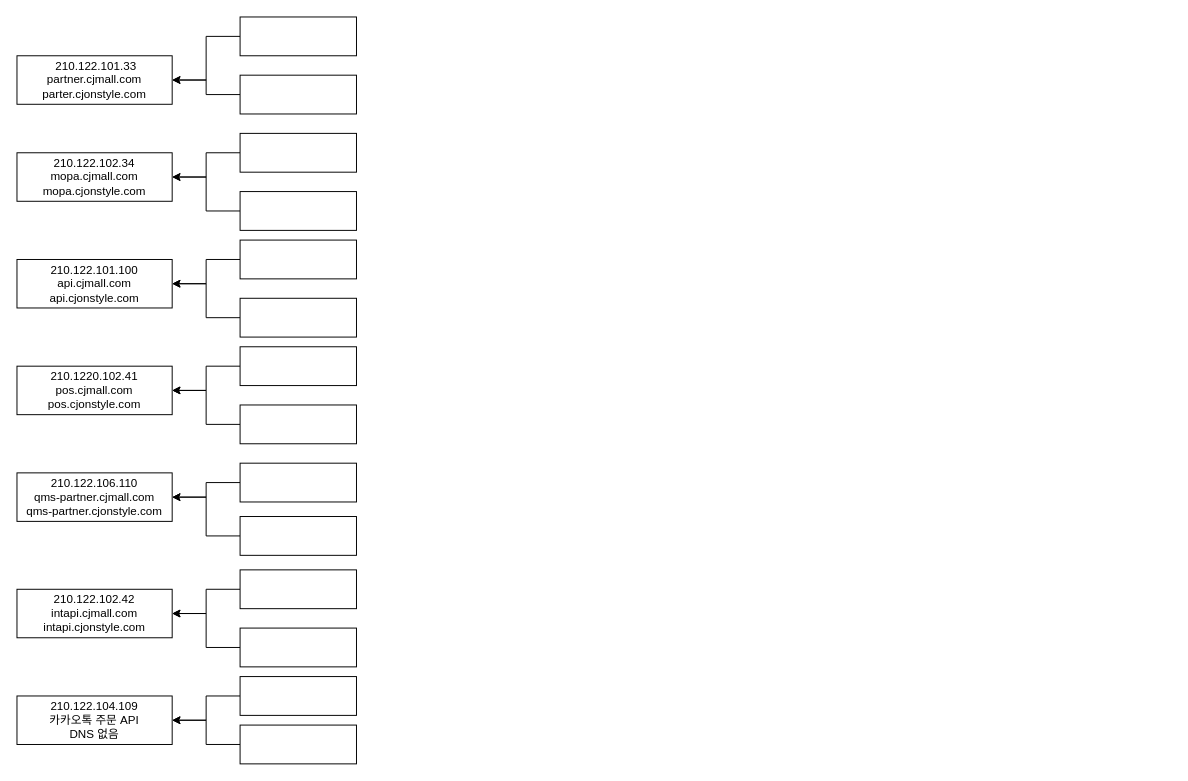
Before: Untitled Diagram.drawio in SeongminJeong/draw, a draw.io diagram. Source tidied: cells renumbered, new cells numbered last; positions are measured from the earlier drawing's top-left corner, leaving out a move shared by most shapes. Both pictures are drawn from the tidied source at 97%, with x=0, y=0 at pixel (16, 16).
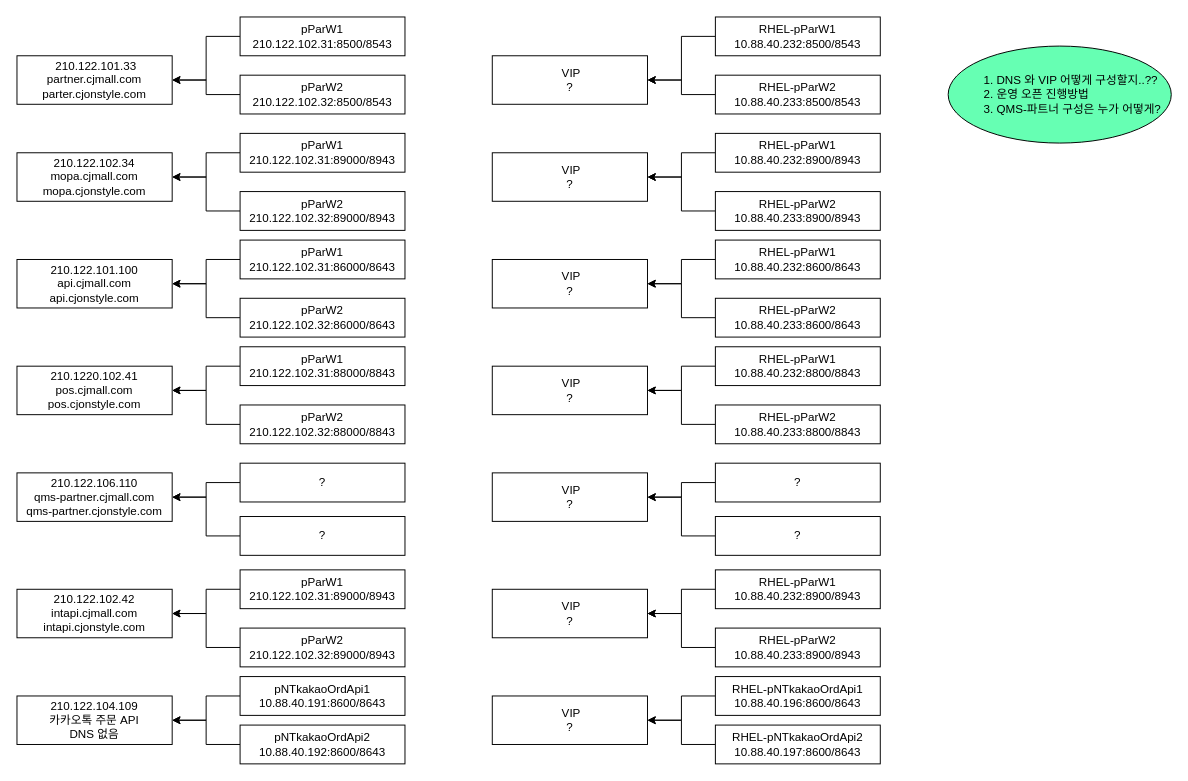
The same page after the edit.

What changed in the source:
```diff
@@
-    <mxCell id="10" style="rounded=0;whiteSpace=wrap;html=1;" parent="1" vertex="1">
-      <mxGeometry x="230" width="120" height="40" as="geometry" />
+    <mxCell id="10" value="pParW1&lt;br&gt;210.122.102.31:8500/8543" style="rounded=0;whiteSpace=wrap;html=1;" parent="1" vertex="1">
+      <mxGeometry x="230" width="170" height="40" as="geometry" />
     </mxCell>
@@
-    <mxCell id="12" style="rounded=0;whiteSpace=wrap;html=1;" parent="1" vertex="1">
-      <mxGeometry x="230" y="60" width="120" height="40" as="geometry" />
+    <mxCell id="12" value="pParW2&lt;br&gt;210.122.102.32:8500/8543" style="rounded=0;whiteSpace=wrap;html=1;" parent="1" vertex="1">
+      <mxGeometry x="230" y="60" width="170" height="40" as="geometry" />
     </mxCell>
@@
-    <mxCell id="14" style="rounded=0;whiteSpace=wrap;html=1;" parent="1" vertex="1">
-      <mxGeometry x="230" y="120" width="120" height="40" as="geometry" />
+    <mxCell id="14" value="pParW1&lt;br&gt;210.122.102.31:89000/8943" style="rounded=0;whiteSpace=wrap;html=1;" parent="1" vertex="1">
+      <mxGeometry x="230" y="120" width="170" height="40" as="geometry" />
     </mxCell>
@@
-    <mxCell id="16" style="rounded=0;whiteSpace=wrap;html=1;" parent="1" vertex="1">
-      <mxGeometry x="230" y="180" width="120" height="40" as="geometry" />
+    <mxCell id="16" value="&lt;span&gt;pParW2&lt;br&gt;210.122.102.32:89000/8943&lt;/span&gt;" style="rounded=0;whiteSpace=wrap;html=1;" parent="1" vertex="1">
+      <mxGeometry x="230" y="180" width="170" height="40" as="geometry" />
     </mxCell>
@@
-    <mxCell id="18" style="rounded=0;whiteSpace=wrap;html=1;" parent="1" vertex="1">
-      <mxGeometry x="230" y="230" width="120" height="40" as="geometry" />
+    <mxCell id="18" value="&lt;span&gt;pParW1&lt;br&gt;210.122.102.31:86000/8643&lt;/span&gt;" style="rounded=0;whiteSpace=wrap;html=1;" parent="1" vertex="1">
+      <mxGeometry x="230" y="230" width="170" height="40" as="geometry" />
     </mxCell>
@@
-    <mxCell id="20" style="rounded=0;whiteSpace=wrap;html=1;" parent="1" vertex="1">
-      <mxGeometry x="230" y="290" width="120" height="40" as="geometry" />
+    <mxCell id="20" value="&lt;span&gt;pParW2&lt;br&gt;210.122.102.32:86000/8643&lt;/span&gt;" style="rounded=0;whiteSpace=wrap;html=1;" parent="1" vertex="1">
+      <mxGeometry x="230" y="290" width="170" height="40" as="geometry" />
     </mxCell>
@@
-    <mxCell id="22" style="rounded=0;whiteSpace=wrap;html=1;" parent="1" vertex="1">
-      <mxGeometry x="230" y="340" width="120" height="40" as="geometry" />
+    <mxCell id="22" value="&lt;span&gt;pParW1&lt;br&gt;210.122.102.31:88000/8843&lt;/span&gt;" style="rounded=0;whiteSpace=wrap;html=1;" parent="1" vertex="1">
+      <mxGeometry x="230" y="340" width="170" height="40" as="geometry" />
     </mxCell>
@@
-    <mxCell id="24" style="rounded=0;whiteSpace=wrap;html=1;" parent="1" vertex="1">
-      <mxGeometry x="230" y="400" width="120" height="40" as="geometry" />
+    <mxCell id="24" value="&lt;span&gt;pParW2&lt;br&gt;210.122.102.32:88000/8843&lt;/span&gt;" style="rounded=0;whiteSpace=wrap;html=1;" parent="1" vertex="1">
+      <mxGeometry x="230" y="400" width="170" height="40" as="geometry" />
     </mxCell>
@@
-    <mxCell id="26" style="rounded=0;whiteSpace=wrap;html=1;" parent="1" vertex="1">
-      <mxGeometry x="230" y="570" width="120" height="40" as="geometry" />
+    <mxCell id="26" value="&lt;span&gt;pParW1&lt;br&gt;210.122.102.31:89000/8943&lt;/span&gt;" style="rounded=0;whiteSpace=wrap;html=1;" parent="1" vertex="1">
+      <mxGeometry x="230" y="570" width="170" height="40" as="geometry" />
     </mxCell>
@@
-    <mxCell id="28" style="rounded=0;whiteSpace=wrap;html=1;" parent="1" vertex="1">
-      <mxGeometry x="230" y="515" width="120" height="40" as="geometry" />
+    <mxCell id="28" value="&lt;span&gt;?&lt;/span&gt;" style="rounded=0;whiteSpace=wrap;html=1;" parent="1" vertex="1">
+      <mxGeometry x="230" y="515" width="170" height="40" as="geometry" />
     </mxCell>
@@
-    <mxCell id="30" style="rounded=0;whiteSpace=wrap;html=1;" parent="1" vertex="1">
-      <mxGeometry x="230" y="460" width="120" height="40" as="geometry" />
+    <mxCell id="30" value="&lt;span&gt;?&lt;/span&gt;" style="rounded=0;whiteSpace=wrap;html=1;" parent="1" vertex="1">
+      <mxGeometry x="230" y="460" width="170" height="40" as="geometry" />
     </mxCell>
@@
-    <mxCell id="32" style="rounded=0;whiteSpace=wrap;html=1;" parent="1" vertex="1">
-      <mxGeometry x="230" y="630" width="120" height="40" as="geometry" />
+    <mxCell id="32" value="&lt;span&gt;pParW2&lt;br&gt;210.122.102.32:89000/8943&lt;/span&gt;" style="rounded=0;whiteSpace=wrap;html=1;" parent="1" vertex="1">
+      <mxGeometry x="230" y="630" width="170" height="40" as="geometry" />
     </mxCell>
@@
-    <mxCell id="34" style="rounded=0;whiteSpace=wrap;html=1;" parent="1" vertex="1">
-      <mxGeometry x="230" y="680" width="120" height="40" as="geometry" />
+    <mxCell id="34" value="pNTkakaoOrdApi1&lt;br&gt;10.88.40.191:8600/8643" style="rounded=0;whiteSpace=wrap;html=1;" parent="1" vertex="1">
+      <mxGeometry x="230" y="680" width="170" height="40" as="geometry" />
     </mxCell>
@@
-    <mxCell id="36" style="rounded=0;whiteSpace=wrap;html=1;" parent="1" vertex="1">
-      <mxGeometry x="230" y="730" width="120" height="40" as="geometry" />
+    <mxCell id="36" value="&lt;span&gt;pNTkakaoOrdApi2&lt;br&gt;10.88.40.192:8600/8643&lt;/span&gt;" style="rounded=0;whiteSpace=wrap;html=1;" parent="1" vertex="1">
+      <mxGeometry x="230" y="730" width="170" height="40" as="geometry" />
     </mxCell>
+    <mxCell id="37" value="&amp;nbsp;VIP&lt;br&gt;?" style="rounded=0;whiteSpace=wrap;html=1;" parent="1" vertex="1">
+      <mxGeometry x="490" y="40" width="160" height="50" as="geometry" />
+    </mxCell>
+    <mxCell id="38" value="&amp;nbsp;VIP&lt;br&gt;?" style="rounded=0;whiteSpace=wrap;html=1;" parent="1" vertex="1">
+      <mxGeometry x="490" y="140" width="160" height="50" as="geometry" />
+    </mxCell>
+    <mxCell id="39" value="&amp;nbsp;VIP&lt;br&gt;?" style="rounded=0;whiteSpace=wrap;html=1;" parent="1" vertex="1">
+      <mxGeometry x="490" y="250" width="160" height="50" as="geometry" />
+    </mxCell>
+    <mxCell id="40" value="&amp;nbsp;VIP&lt;br&gt;?" style="rounded=0;whiteSpace=wrap;html=1;" parent="1" vertex="1">
+      <mxGeometry x="490" y="360" width="160" height="50" as="geometry" />
+    </mxCell>
+    <mxCell id="41" value="&amp;nbsp;VIP&lt;br&gt;?" style="rounded=0;whiteSpace=wrap;html=1;" parent="1" vertex="1">
+      <mxGeometry x="490" y="470" width="160" height="50" as="geometry" />
+    </mxCell>
+    <mxCell id="42" value="&amp;nbsp;VIP&lt;br&gt;?" style="rounded=0;whiteSpace=wrap;html=1;" parent="1" vertex="1">
+      <mxGeometry x="490" y="590" width="160" height="50" as="geometry" />
+    </mxCell>
+    <mxCell id="43" value="&amp;nbsp;VIP&lt;br&gt;?" style="rounded=0;whiteSpace=wrap;html=1;" parent="1" vertex="1">
+      <mxGeometry x="490" y="700" width="160" height="50" as="geometry" />
+    </mxCell>
+    <mxCell id="44" style="edgeStyle=orthogonalEdgeStyle;rounded=0;jettySize=auto;html=1;" parent="1" edge="1" source="45" target="37">
+      <mxGeometry relative="1" as="geometry" />
+    </mxCell>
+    <mxCell id="45" value="RHEL-pParW1&lt;br&gt;10.88.40.232:8500/8543" style="rounded=0;whiteSpace=wrap;html=1;" parent="1" vertex="1">
+      <mxGeometry x="720" width="170" height="40" as="geometry" />
+    </mxCell>
+    <mxCell id="46" style="edgeStyle=orthogonalEdgeStyle;rounded=0;jettySize=auto;html=1;entryX=1;entryY=0.5;entryDx=0;entryDy=0;" parent="1" edge="1" source="47" target="37">
+      <mxGeometry relative="1" as="geometry" />
+    </mxCell>
+    <mxCell id="47" value="RHEL-pParW2&lt;br&gt;10.88.40.233:8500/8543" style="rounded=0;whiteSpace=wrap;html=1;" parent="1" vertex="1">
+      <mxGeometry x="720" y="60" width="170" height="40" as="geometry" />
+    </mxCell>
+    <mxCell id="48" style="edgeStyle=orthogonalEdgeStyle;rounded=0;jettySize=auto;html=1;" parent="1" edge="1" source="49" target="38">
+      <mxGeometry relative="1" as="geometry" />
+    </mxCell>
+    <mxCell id="49" value="RHEL-pParW1&lt;br&gt;10.88.40.232:8900/8943" style="rounded=0;whiteSpace=wrap;html=1;" parent="1" vertex="1">
+      <mxGeometry x="720" y="120" width="170" height="40" as="geometry" />
+    </mxCell>
+    <mxCell id="50" style="edgeStyle=orthogonalEdgeStyle;rounded=0;jettySize=auto;html=1;entryX=1;entryY=0.5;entryDx=0;entryDy=0;" parent="1" edge="1" source="51" target="38">
+      <mxGeometry relative="1" as="geometry" />
+    </mxCell>
+    <mxCell id="51" value="RHEL-pParW2&lt;br&gt;10.88.40.233:8900/8943" style="rounded=0;whiteSpace=wrap;html=1;" parent="1" vertex="1">
+      <mxGeometry x="720" y="180" width="170" height="40" as="geometry" />
+    </mxCell>
+    <mxCell id="52" style="edgeStyle=orthogonalEdgeStyle;rounded=0;jettySize=auto;html=1;" parent="1" edge="1" source="53" target="39">
+      <mxGeometry relative="1" as="geometry" />
+    </mxCell>
+    <mxCell id="53" value="RHEL-pParW1&lt;br&gt;10.88.40.232:8600/8643" style="rounded=0;whiteSpace=wrap;html=1;" parent="1" vertex="1">
+      <mxGeometry x="720" y="230" width="170" height="40" as="geometry" />
+    </mxCell>
+    <mxCell id="54" style="edgeStyle=orthogonalEdgeStyle;rounded=0;jettySize=auto;html=1;" parent="1" edge="1" source="55" target="39">
+      <mxGeometry relative="1" as="geometry" />
+    </mxCell>
+    <mxCell id="55" value="RHEL-pParW2&lt;br&gt;10.88.40.233:8600/8643" style="rounded=0;whiteSpace=wrap;html=1;" parent="1" vertex="1">
+      <mxGeometry x="720" y="290" width="170" height="40" as="geometry" />
+    </mxCell>
+    <mxCell id="56" style="edgeStyle=orthogonalEdgeStyle;rounded=0;jettySize=auto;html=1;" parent="1" edge="1" source="57" target="40">
+      <mxGeometry relative="1" as="geometry" />
+    </mxCell>
+    <mxCell id="57" value="RHEL-pParW1&lt;br&gt;10.88.40.232:8800/8843" style="rounded=0;whiteSpace=wrap;html=1;" parent="1" vertex="1">
+      <mxGeometry x="720" y="340" width="170" height="40" as="geometry" />
+    </mxCell>
+    <mxCell id="58" style="edgeStyle=orthogonalEdgeStyle;rounded=0;jettySize=auto;html=1;" parent="1" edge="1" source="59" target="40">
+      <mxGeometry relative="1" as="geometry" />
+    </mxCell>
+    <mxCell id="59" value="RHEL-pParW2&lt;br&gt;10.88.40.233:8800/8843" style="rounded=0;whiteSpace=wrap;html=1;" parent="1" vertex="1">
+      <mxGeometry x="720" y="400" width="170" height="40" as="geometry" />
+    </mxCell>
+    <mxCell id="60" style="edgeStyle=orthogonalEdgeStyle;rounded=0;jettySize=auto;html=1;" parent="1" edge="1" source="61" target="42">
+      <mxGeometry relative="1" as="geometry" />
+    </mxCell>
+    <mxCell id="61" value="RHEL-pParW1&lt;br&gt;10.88.40.232:8900/8943" style="rounded=0;whiteSpace=wrap;html=1;" parent="1" vertex="1">
+      <mxGeometry x="720" y="570" width="170" height="40" as="geometry" />
+    </mxCell>
+    <mxCell id="62" style="edgeStyle=orthogonalEdgeStyle;rounded=0;jettySize=auto;html=1;" parent="1" edge="1" source="63" target="41">
+      <mxGeometry relative="1" as="geometry" />
+    </mxCell>
+    <mxCell id="63" value="&lt;span&gt;?&lt;/span&gt;" style="rounded=0;whiteSpace=wrap;html=1;" parent="1" vertex="1">
+      <mxGeometry x="720" y="515" width="170" height="40" as="geometry" />
+    </mxCell>
+    <mxCell id="64" style="edgeStyle=orthogonalEdgeStyle;rounded=0;jettySize=auto;html=1;" parent="1" edge="1" source="65" target="41">
+      <mxGeometry relative="1" as="geometry" />
+    </mxCell>
+    <mxCell id="65" value="&lt;span&gt;?&lt;/span&gt;" style="rounded=0;whiteSpace=wrap;html=1;" parent="1" vertex="1">
+      <mxGeometry x="720" y="460" width="170" height="40" as="geometry" />
+    </mxCell>
+    <mxCell id="66" style="edgeStyle=orthogonalEdgeStyle;rounded=0;jettySize=auto;html=1;" parent="1" edge="1" source="67" target="42">
+      <mxGeometry relative="1" as="geometry" />
+    </mxCell>
+    <mxCell id="67" value="RHEL-pParW2&lt;br&gt;10.88.40.233:8900/8943" style="rounded=0;whiteSpace=wrap;html=1;" parent="1" vertex="1">
+      <mxGeometry x="720" y="630" width="170" height="40" as="geometry" />
+    </mxCell>
+    <mxCell id="68" style="edgeStyle=orthogonalEdgeStyle;rounded=0;jettySize=auto;html=1;" parent="1" edge="1" source="69" target="43">
+      <mxGeometry relative="1" as="geometry" />
+    </mxCell>
+    <mxCell id="69" value="RHEL-pNTkakaoOrdApi1&lt;br&gt;10.88.40.196:8600/8643" style="rounded=0;whiteSpace=wrap;html=1;" parent="1" vertex="1">
+      <mxGeometry x="720" y="680" width="170" height="40" as="geometry" />
+    </mxCell>
+    <mxCell id="70" style="edgeStyle=orthogonalEdgeStyle;rounded=0;jettySize=auto;html=1;" parent="1" edge="1" source="71" target="43">
+      <mxGeometry relative="1" as="geometry" />
+    </mxCell>
+    <mxCell id="71" value="RHEL-pNTkakaoOrdApi2&lt;br&gt;10.88.40.197:8600/8643" style="rounded=0;whiteSpace=wrap;html=1;" parent="1" vertex="1">
+      <mxGeometry x="720" y="730" width="170" height="40" as="geometry" />
+    </mxCell>
+    <mxCell id="72" value="&lt;ol style=&quot;text-align: right&quot;&gt;&lt;li style=&quot;text-align: justify&quot;&gt;DNS 와 VIP 어떻게 구성할지..??&lt;/li&gt;&lt;li style=&quot;text-align: justify&quot;&gt;운영 오픈 진행방법&lt;/li&gt;&lt;li style=&quot;text-align: justify&quot;&gt;QMS-파트너 구성은 누가 어떻게?&lt;/li&gt;&lt;/ol&gt;" style="ellipse;whiteSpace=wrap;html=1;fillColor=#66FFB3;" parent="1" vertex="1">
+      <mxGeometry x="960" y="30" width="230" height="100" as="geometry" />
+    </mxCell>
```
